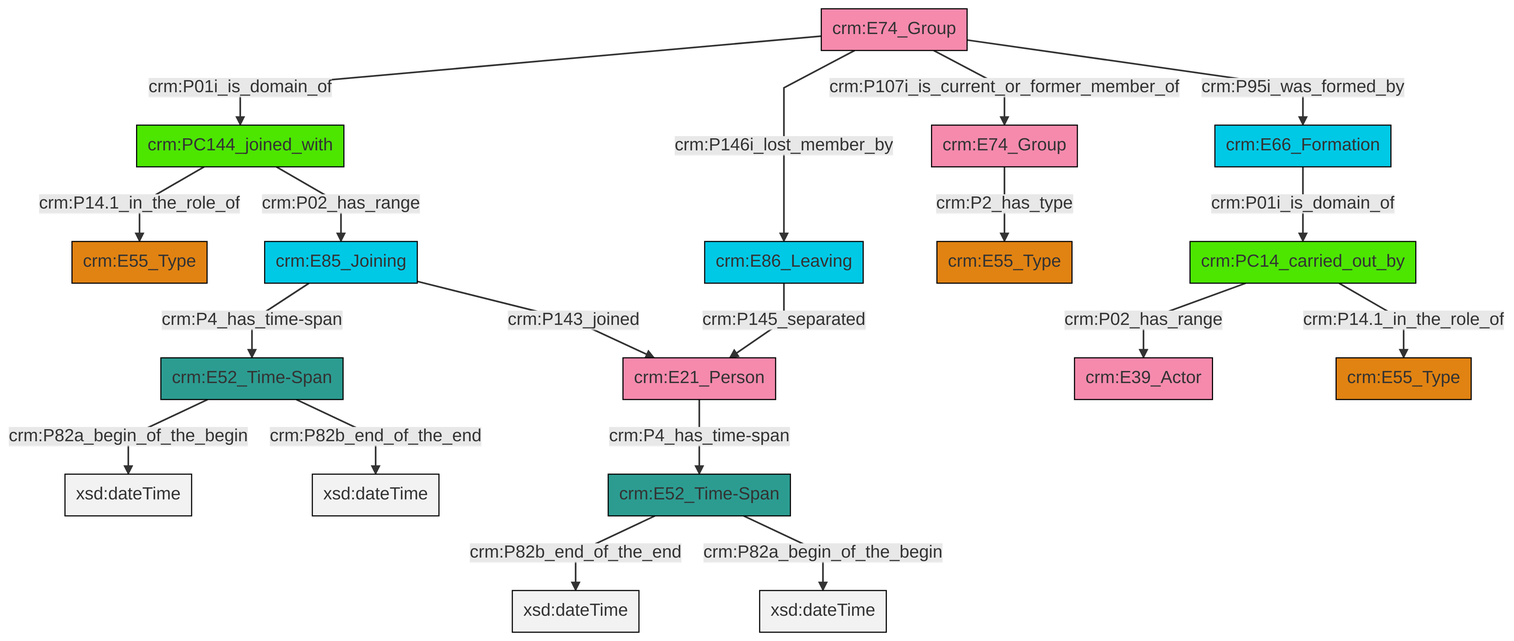
This is et/groupCSV/ttl/mmd/png/group_actor_relations.png from swiss-art-research-net/docs.swissartresearch, a Mermaid export, as it was before one commit. Its source is kept beside it as et/groupCSV/ttl/mmd/group_actor_relations.ttl.mmd.
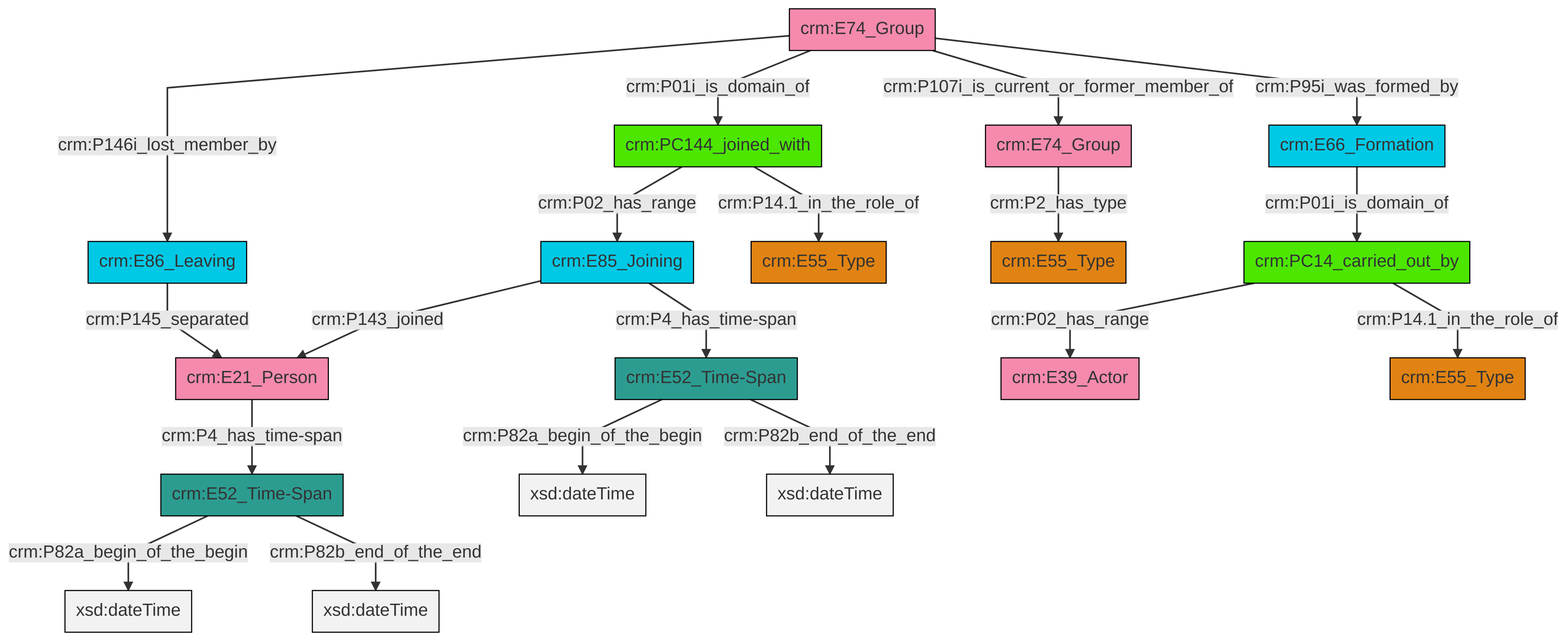
Later version of the same file.

What changed in the source:
```diff
@@ -13,21 +13,21 @@
 classDef PC_Classes fill:#4ce600, stroke:#000000;
 classDef Multi fill:#cccccc,stroke:#000000;
 
-0["crm:E85_Joining"]:::Temporal_Entity -->|crm:P4_has_time-span| 1["crm:E52_Time-Span"]:::Time-Span
-1["crm:E52_Time-Span"]:::Time-Span -->|crm:P82a_begin_of_the_begin| 6[xsd:dateTime]:::Literal
-7["crm:E74_Group"]:::Actor -->|crm:P2_has_type| 2["crm:E55_Type"]:::Type
-8["crm:E74_Group"]:::Actor -->|crm:P01i_is_domain_of| 9["crm:PC144_joined_with"]:::PC_Classes
-12["crm:E52_Time-Span"]:::Time-Span -->|crm:P82b_end_of_the_end| 13[xsd:dateTime]:::Literal
-1["crm:E52_Time-Span"]:::Time-Span -->|crm:P82b_end_of_the_end| 14[xsd:dateTime]:::Literal
-8["crm:E74_Group"]:::Actor -->|crm:P146i_lost_member_by| 18["crm:E86_Leaving"]:::Temporal_Entity
-19["crm:E66_Formation"]:::Temporal_Entity -->|crm:P01i_is_domain_of| 20["crm:PC14_carried_out_by"]:::PC_Classes
-21["crm:E21_Person"]:::Actor -->|crm:P4_has_time-span| 12["crm:E52_Time-Span"]:::Time-Span
-8["crm:E74_Group"]:::Actor -->|crm:P107i_is_current_or_former_member_of| 7["crm:E74_Group"]:::Actor
-0["crm:E85_Joining"]:::Temporal_Entity -->|crm:P143_joined| 21["crm:E21_Person"]:::Actor
-20["crm:PC14_carried_out_by"]:::PC_Classes -->|crm:P02_has_range| 28["crm:E39_Actor"]:::Actor
-20["crm:PC14_carried_out_by"]:::PC_Classes -->|crm:P14.1_in_the_role_of| 16["crm:E55_Type"]:::Type
-8["crm:E74_Group"]:::Actor -->|crm:P95i_was_formed_by| 19["crm:E66_Formation"]:::Temporal_Entity
-18["crm:E86_Leaving"]:::Temporal_Entity -->|crm:P145_separated| 21["crm:E21_Person"]:::Actor
-9["crm:PC144_joined_with"]:::PC_Classes -->|crm:P14.1_in_the_role_of| 4["crm:E55_Type"]:::Type
-9["crm:PC144_joined_with"]:::PC_Classes -->|crm:P02_has_range| 0["crm:E85_Joining"]:::Temporal_Entity
-12["crm:E52_Time-Span"]:::Time-Span -->|crm:P82a_begin_of_the_begin| 34[xsd:dateTime]:::Literal
+8["crm:PC14_carried_out_by"]:::PC_Classes -->|crm:P02_has_range| 6["crm:E39_Actor"]:::Actor
+9["crm:E74_Group"]:::Actor -->|crm:P146i_lost_member_by| 4["crm:E86_Leaving"]:::Temporal_Entity
+10["crm:E85_Joining"]:::Temporal_Entity -->|crm:P143_joined| 11["crm:E21_Person"]:::Actor
+11["crm:E21_Person"]:::Actor -->|crm:P4_has_time-span| 0["crm:E52_Time-Span"]:::Time-Span
+16["crm:PC144_joined_with"]:::PC_Classes -->|crm:P02_has_range| 10["crm:E85_Joining"]:::Temporal_Entity
+18["crm:E74_Group"]:::Actor -->|crm:P2_has_type| 19["crm:E55_Type"]:::Type
+9["crm:E74_Group"]:::Actor -->|crm:P01i_is_domain_of| 16["crm:PC144_joined_with"]:::PC_Classes
+8["crm:PC14_carried_out_by"]:::PC_Classes -->|crm:P14.1_in_the_role_of| 14["crm:E55_Type"]:::Type
+0["crm:E52_Time-Span"]:::Time-Span -->|crm:P82a_begin_of_the_begin| 20[xsd:dateTime]:::Literal
+9["crm:E74_Group"]:::Actor -->|crm:P107i_is_current_or_former_member_of| 18["crm:E74_Group"]:::Actor
+12["crm:E52_Time-Span"]:::Time-Span -->|crm:P82a_begin_of_the_begin| 21[xsd:dateTime]:::Literal
+10["crm:E85_Joining"]:::Temporal_Entity -->|crm:P4_has_time-span| 12["crm:E52_Time-Span"]:::Time-Span
+12["crm:E52_Time-Span"]:::Time-Span -->|crm:P82b_end_of_the_end| 26[xsd:dateTime]:::Literal
+0["crm:E52_Time-Span"]:::Time-Span -->|crm:P82b_end_of_the_end| 31[xsd:dateTime]:::Literal
+4["crm:E86_Leaving"]:::Temporal_Entity -->|crm:P145_separated| 11["crm:E21_Person"]:::Actor
+28["crm:E66_Formation"]:::Temporal_Entity -->|crm:P01i_is_domain_of| 8["crm:PC14_carried_out_by"]:::PC_Classes
+9["crm:E74_Group"]:::Actor -->|crm:P95i_was_formed_by| 28["crm:E66_Formation"]:::Temporal_Entity
+16["crm:PC144_joined_with"]:::PC_Classes -->|crm:P14.1_in_the_role_of| 2["crm:E55_Type"]:::Type
```
